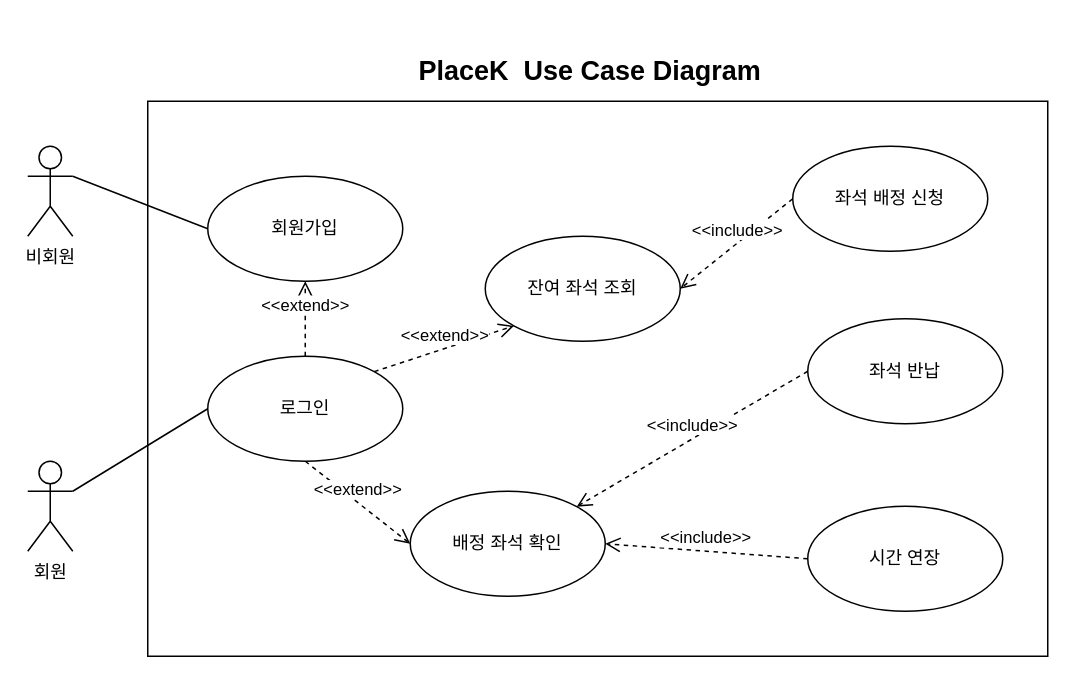
Earlier version of the draw.io diagram page "페이지-1" (1 of 2) of placeKuml.drawio (cherror/placeK). Source tidied: cells renumbered, new cells numbered last; positions are measured from the earlier drawing's top-left corner, leaving out a move shared by most shapes. Both pictures are drawn from the tidied source at 150%, with x=0, y=0 at pixel (27, 26).
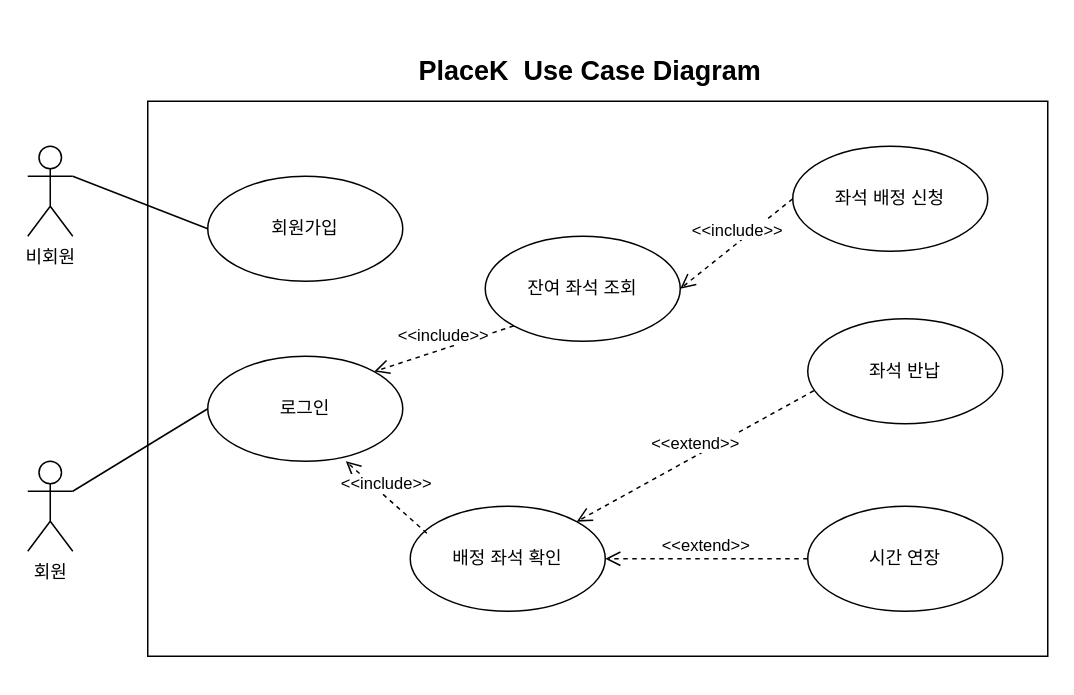
After the change.

Commit message:
turn over diagram

Unchanged cells that the change refers to:
```xml
<mxCell id="6" value="로그인" style="ellipse;whiteSpace=wrap;html=1;" parent="1" vertex="1">
  <mxGeometry x="120" y="220" width="130" height="70" as="geometry" />
</mxCell>
<mxCell id="8" value="회원가입" style="ellipse;whiteSpace=wrap;html=1;" parent="1" vertex="1">
  <mxGeometry x="120" y="100" width="130" height="70" as="geometry" />
</mxCell>
<mxCell id="10" value="잔여 좌석 조회" style="ellipse;whiteSpace=wrap;html=1;" parent="1" vertex="1">
  <mxGeometry x="305" y="140" width="130" height="70" as="geometry" />
</mxCell>
<mxCell id="12" value="좌석 반납" style="ellipse;whiteSpace=wrap;html=1;" parent="1" vertex="1">
  <mxGeometry x="520" y="195" width="130" height="70" as="geometry" />
</mxCell>
<mxCell id="13" value="시간 연장" style="ellipse;whiteSpace=wrap;html=1;" parent="1" vertex="1">
  <mxGeometry x="520" y="320" width="130" height="70" as="geometry" />
</mxCell>
<mxCell id="14" value="좌석 배정 신청" style="ellipse;whiteSpace=wrap;html=1;" parent="1" vertex="1">
  <mxGeometry x="510" y="80" width="130" height="70" as="geometry" />
</mxCell>
```

Diff of the diagram source:
```diff
@@
     <mxCell id="11" value="배정 좌석 확인" style="ellipse;whiteSpace=wrap;html=1;" parent="1" vertex="1">
-      <mxGeometry x="255" y="310" width="130" height="70" as="geometry" />
+      <mxGeometry x="255" y="320" width="130" height="70" as="geometry" />
     </mxCell>
@@
-    <mxCell id="16" value="&amp;lt;&amp;lt;extend&amp;gt;&amp;gt;" style="html=1;verticalAlign=bottom;endArrow=open;dashed=1;endSize=8;curved=0;rounded=0;exitX=0.5;exitY=1;exitDx=0;exitDy=0;entryX=0;entryY=0.5;entryDx=0;entryDy=0;" parent="1" edge="1" source="6" target="11">
-      <mxGeometry relative="1" as="geometry" />
-    </mxCell>
+    <mxCell id="21" value="&amp;lt;&amp;lt;include&amp;gt;&amp;gt;" style="html=1;verticalAlign=bottom;endArrow=open;dashed=1;endSize=8;curved=0;rounded=0;exitX=0;exitY=0.5;exitDx=0;exitDy=0;entryX=1;entryY=0.5;entryDx=0;entryDy=0;" parent="1" edge="1" source="14" target="10">
+      <mxGeometry relative="1" as="geometry" />
+    </mxCell>
+    <mxCell id="22" value="&amp;lt;&amp;lt;include&amp;gt;&amp;gt;" style="html=1;verticalAlign=bottom;endArrow=open;dashed=1;endSize=8;curved=0;rounded=0;exitX=0;exitY=1;exitDx=0;exitDy=0;entryX=1;entryY=0;entryDx=0;entryDy=0;" parent="1" edge="1" source="10" target="6">
+      <mxGeometry relative="1" as="geometry" />
+    </mxCell>
+    <mxCell id="23" value="&amp;lt;&amp;lt;include&amp;gt;&amp;gt;" style="html=1;verticalAlign=bottom;endArrow=open;dashed=1;endSize=8;curved=0;rounded=0;exitX=0.085;exitY=0.257;exitDx=0;exitDy=0;entryX=0.708;entryY=1;entryDx=0;entryDy=0;entryPerimeter=0;exitPerimeter=0;" parent="1" edge="1" source="11" target="6">
+      <mxGeometry relative="1" as="geometry" />
+    </mxCell>
-    <mxCell id="17" value="&amp;lt;&amp;lt;include&amp;gt;&amp;gt;" style="html=1;verticalAlign=bottom;endArrow=open;dashed=1;endSize=8;curved=0;rounded=0;exitX=0;exitY=0.5;exitDx=0;exitDy=0;entryX=1;entryY=0;entryDx=0;entryDy=0;" parent="1" edge="1" source="12" target="11">
+    <mxCell id="17" value="&amp;lt;&amp;lt;extend&amp;gt;&amp;gt;" style="html=1;verticalAlign=bottom;endArrow=open;dashed=1;endSize=8;curved=0;rounded=0;exitX=0.031;exitY=0.686;exitDx=0;exitDy=0;exitPerimeter=0;entryX=1;entryY=0;entryDx=0;entryDy=0;" parent="1" edge="1" source="12" target="11">
       <mxGeometry relative="1" as="geometry" />
     </mxCell>
-    <mxCell id="18" value="&amp;lt;&amp;lt;include&amp;gt;&amp;gt;" style="html=1;verticalAlign=bottom;endArrow=open;dashed=1;endSize=8;curved=0;rounded=0;exitX=0;exitY=0.5;exitDx=0;exitDy=0;entryX=1;entryY=0.5;entryDx=0;entryDy=0;" parent="1" edge="1" source="13" target="11">
+    <mxCell id="18" value="&amp;lt;&amp;lt;extend&amp;gt;&amp;gt;" style="html=1;verticalAlign=bottom;endArrow=open;dashed=1;endSize=8;curved=0;rounded=0;exitX=0;exitY=0.5;exitDx=0;exitDy=0;entryX=1;entryY=0.5;entryDx=0;entryDy=0;" parent="1" edge="1" source="13" target="11">
       <mxGeometry relative="1" as="geometry" />
     </mxCell>
-    <mxCell id="19" value="&amp;lt;&amp;lt;extend&amp;gt;&amp;gt;" style="html=1;verticalAlign=bottom;endArrow=open;dashed=1;endSize=8;curved=0;rounded=0;exitX=0.5;exitY=0;exitDx=0;exitDy=0;" parent="1" edge="1" source="6" target="8">
-      <mxGeometry relative="1" as="geometry" />
-    </mxCell>
-    <mxCell id="20" value="&amp;lt;&amp;lt;extend&amp;gt;&amp;gt;" style="html=1;verticalAlign=bottom;endArrow=open;dashed=1;endSize=8;curved=0;rounded=0;exitX=1;exitY=0;exitDx=0;exitDy=0;entryX=0;entryY=1;entryDx=0;entryDy=0;" parent="1" edge="1" source="6" target="10">
-      <mxGeometry relative="1" as="geometry" />
-    </mxCell>
-    <mxCell id="21" value="&amp;lt;&amp;lt;include&amp;gt;&amp;gt;" style="html=1;verticalAlign=bottom;endArrow=open;dashed=1;endSize=8;curved=0;rounded=0;exitX=0;exitY=0.5;exitDx=0;exitDy=0;entryX=1;entryY=0.5;entryDx=0;entryDy=0;" parent="1" edge="1" source="14" target="10">
-      <mxGeometry relative="1" as="geometry" />
-    </mxCell>
```
